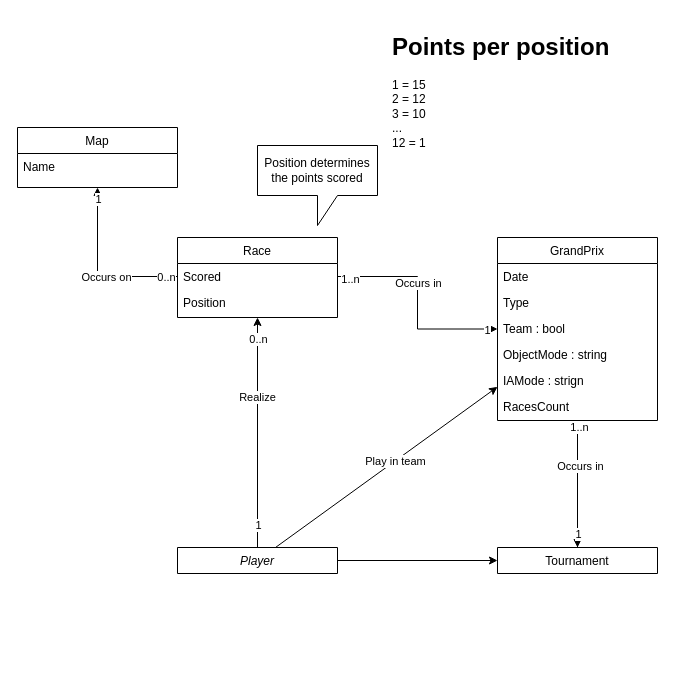
Before: doc/MKTournament.drawio in Drnkmstr/MKTournament, a draw.io diagram. Source tidied: cells renumbered, new cells numbered last; positions are measured from the earlier drawing's top-left corner, leaving out a move shared by most shapes. Both pictures are drawn from the tidied source at 100%, with x=0, y=0 at pixel (17, 27).
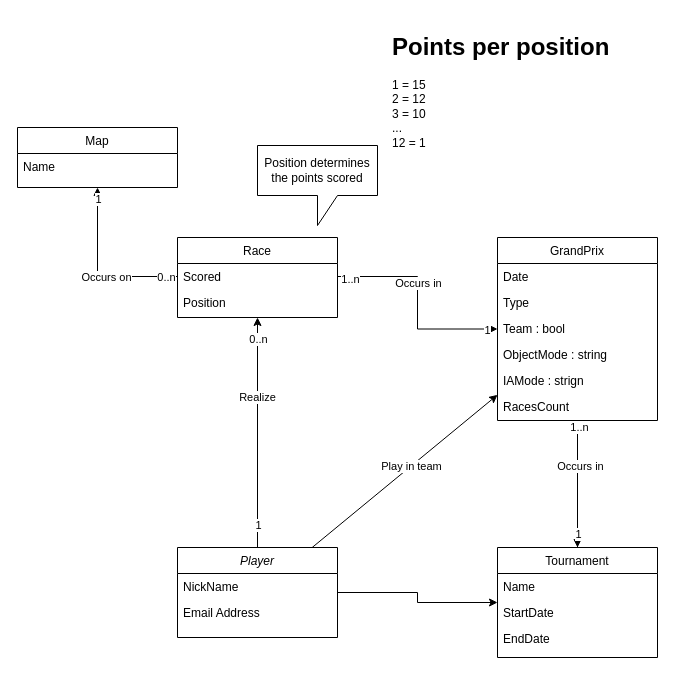
The same page after the edit.

Change to the diagram source:
```diff
@@
-    <mxCell id="7" value="Player" style="swimlane;fontStyle=2;align=center;verticalAlign=top;horizontal=1;startSize=26;rounded=0;shadow=0;strokeWidth=1;" parent="1" vertex="1" collapsed="1">
-      <mxGeometry x="160" y="520" width="160" height="26" as="geometry" />
+    <mxCell id="7" value="Player" style="swimlane;fontStyle=2;align=center;verticalAlign=top;horizontal=1;startSize=26;rounded=0;shadow=0;strokeWidth=1;" parent="1" vertex="1">
+      <mxGeometry x="160" y="520" width="160" height="90" as="geometry" />
     </mxCell>
+    <mxCell id="38" value="NickName" style="text;align=left;verticalAlign=top;spacingLeft=4;spacingRight=4;overflow=hidden;" parent="7" vertex="1">
+      <mxGeometry y="26" width="160" height="26" as="geometry" />
+    </mxCell>
+    <mxCell id="39" value="Email Address" style="text;align=left;verticalAlign=top;spacingLeft=4;spacingRight=4;overflow=hidden;rounded=0;shadow=0;html=0;" parent="7" vertex="1">
+      <mxGeometry y="52" width="160" height="26" as="geometry" />
+    </mxCell>
@@
-    <mxCell id="35" value="Tournament" style="swimlane;fontStyle=0;align=center;verticalAlign=top;horizontal=1;startSize=26;rounded=0;shadow=0;strokeWidth=1;" parent="1" vertex="1" collapsed="1">
-      <mxGeometry x="480" y="520" width="160" height="26" as="geometry" />
+    <mxCell id="35" value="Tournament" style="swimlane;fontStyle=0;align=center;verticalAlign=top;horizontal=1;startSize=26;rounded=0;shadow=0;strokeWidth=1;" parent="1" vertex="1">
+      <mxGeometry x="480" y="520" width="160" height="110" as="geometry" />
     </mxCell>
+    <mxCell id="40" value="Name" style="text;align=left;verticalAlign=top;spacingLeft=4;spacingRight=4;overflow=hidden;" parent="35" vertex="1">
+      <mxGeometry y="26" width="160" height="26" as="geometry" />
+    </mxCell>
+    <mxCell id="41" value="StartDate" style="text;align=left;verticalAlign=top;spacingLeft=4;spacingRight=4;overflow=hidden;" parent="35" vertex="1">
+      <mxGeometry y="52" width="160" height="26" as="geometry" />
+    </mxCell>
+    <mxCell id="42" value="EndDate" style="text;align=left;verticalAlign=top;spacingLeft=4;spacingRight=4;overflow=hidden;" parent="35" vertex="1">
+      <mxGeometry y="78" width="160" height="26" as="geometry" />
+    </mxCell>
```
